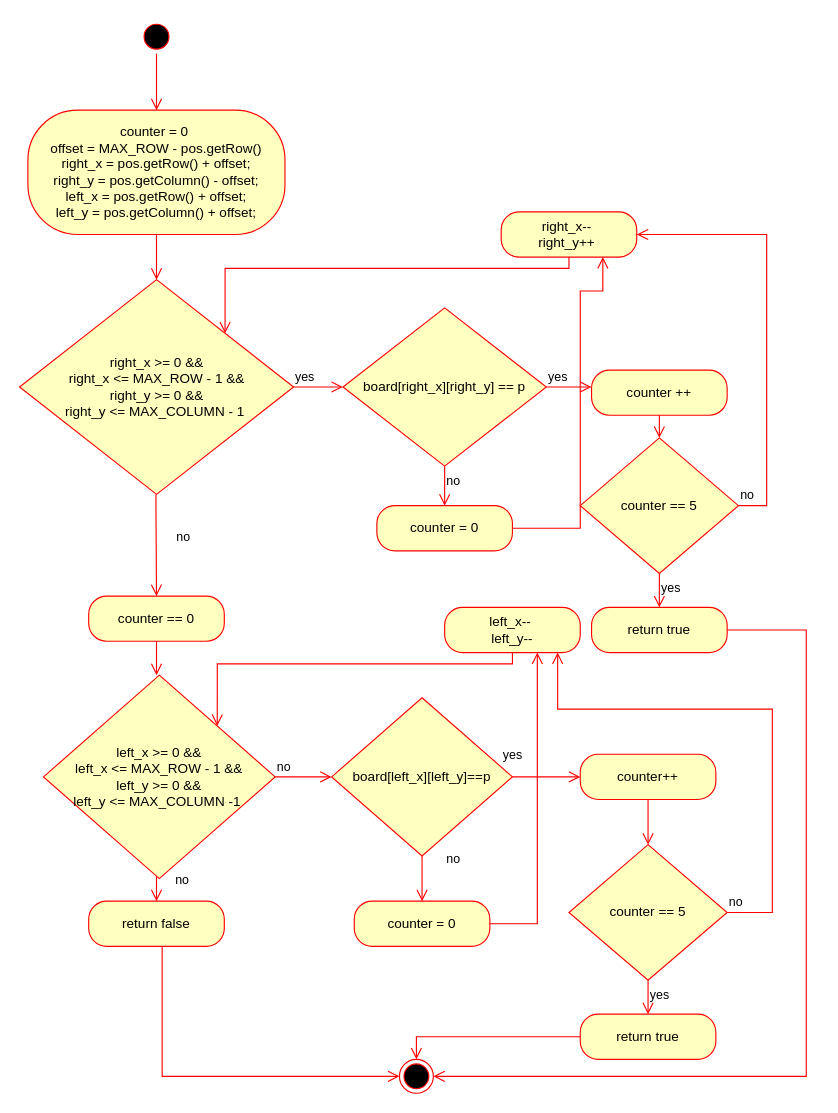
The draw.io diagram DRAW_IO/CheckDiagWin_AD.drawio in c-tollison/extendedConnectX, before the edit. Source tidied: cells renumbered, new cells numbered last; positions are measured from the earlier drawing's top-left corner, leaving out a move shared by most shapes. Both pictures are drawn from the tidied source at 113%, with x=0, y=0 at pixel (19, 19).
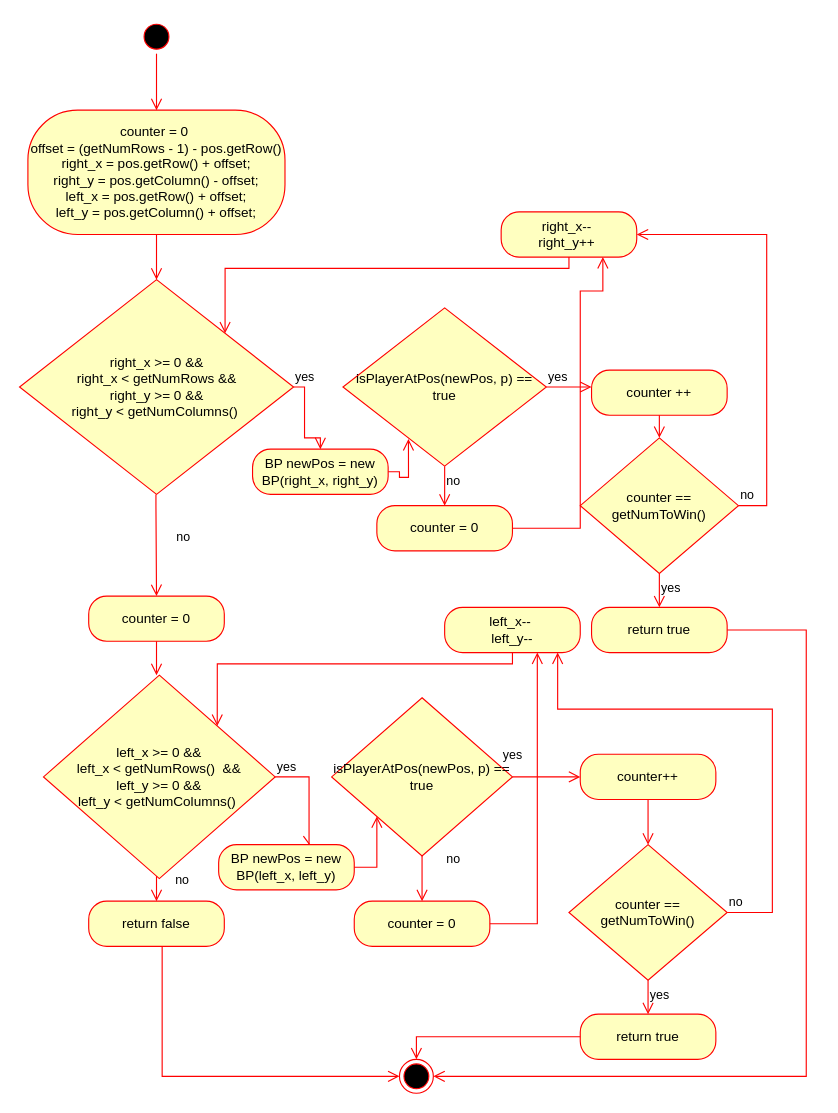
The same diagram, later.

What changed in the source:
```diff
@@
-    <mxCell id="4" value="counter = 0&amp;nbsp;&lt;br&gt;offset = MAX_ROW - pos.getRow()&lt;br&gt;right_x = pos.getRow() + offset;&lt;br&gt;right_y = pos.getColumn() - offset;&lt;br&gt;left_x = pos.getRow() + offset;&lt;br&gt;left_y = pos.getColumn() + offset;" style="rounded=1;whiteSpace=wrap;html=1;arcSize=40;fontColor=#000000;fillColor=#ffffc0;strokeColor=#ff0000;" parent="1" vertex="1">
+    <mxCell id="4" value="counter = 0&amp;nbsp;&lt;br&gt;offset = (getNumRows - 1) - pos.getRow()&lt;br&gt;right_x = pos.getRow() + offset;&lt;br&gt;right_y = pos.getColumn() - offset;&lt;br&gt;left_x = pos.getRow() + offset;&lt;br&gt;left_y = pos.getColumn() + offset;" style="rounded=1;whiteSpace=wrap;html=1;arcSize=40;fontColor=#000000;fillColor=#ffffc0;strokeColor=#ff0000;" parent="1" vertex="1">
       <mxGeometry x="7.2" y="80" width="227.5" height="110" as="geometry" />
     </mxCell>
@@
-    <mxCell id="6" value="right_x &amp;gt;= 0 &amp;amp;&amp;amp; &lt;br&gt;right_x &amp;lt;= MAX_ROW - 1 &amp;amp;&amp;amp;&lt;br&gt;right_y &amp;gt;= 0 &amp;amp;&amp;amp;&lt;br&gt;right_y &amp;lt;= MAX_COLUMN - 1&amp;nbsp;" style="rhombus;whiteSpace=wrap;html=1;fillColor=#ffffc0;strokeColor=#ff0000;" parent="1" vertex="1">
+    <mxCell id="6" value="right_x &amp;gt;= 0 &amp;amp;&amp;amp; &lt;br&gt;right_x &amp;lt; getNumRows &amp;amp;&amp;amp;&lt;br&gt;right_y &amp;gt;= 0 &amp;amp;&amp;amp;&lt;br&gt;right_y &amp;lt; getNumColumns()&amp;nbsp;" style="rhombus;whiteSpace=wrap;html=1;fillColor=#ffffc0;strokeColor=#ff0000;" parent="1" vertex="1">
       <mxGeometry x="-0.2" y="230" width="242.5" height="190" as="geometry" />
     </mxCell>
-    <mxCell id="7" value="yes" style="edgeStyle=orthogonalEdgeStyle;html=1;align=left;verticalAlign=bottom;endArrow=open;endSize=8;strokeColor=#ff0000;rounded=0;" parent="1" edge="1" source="6">
+    <mxCell id="7" value="yes" style="edgeStyle=orthogonalEdgeStyle;html=1;align=left;verticalAlign=bottom;endArrow=open;endSize=8;strokeColor=#ff0000;rounded=0;entryX=0.5;entryY=0;entryDx=0;entryDy=0;" parent="1" edge="1" source="6" target="47">
       <mxGeometry x="-1" relative="1" as="geometry">
-        <mxPoint x="286" y="325" as="targetPoint" />
+        <Array as="points">
+          <mxPoint x="252" y="325" />
+          <mxPoint x="252" y="370" />
+          <mxPoint x="266" y="370" />
+        </Array>
       </mxGeometry>
     </mxCell>
@@
-    <mxCell id="9" value="board[right_x][right_y] == p" style="rhombus;whiteSpace=wrap;html=1;fillColor=#ffffc0;strokeColor=#ff0000;" parent="1" vertex="1">
+    <mxCell id="9" value="isPlayerAtPos(newPos, p) == true" style="rhombus;whiteSpace=wrap;html=1;fillColor=#ffffc0;strokeColor=#ff0000;" parent="1" vertex="1">
       <mxGeometry x="286" y="255" width="180" height="140" as="geometry" />
     </mxCell>
@@
-    <mxCell id="14" value="counter == 5" style="rhombus;whiteSpace=wrap;html=1;fillColor=#ffffc0;strokeColor=#ff0000;" parent="1" vertex="1">
+    <mxCell id="14" value="counter == getNumToWin()" style="rhombus;whiteSpace=wrap;html=1;fillColor=#ffffc0;strokeColor=#ff0000;" parent="1" vertex="1">
       <mxGeometry x="496" y="370" width="140" height="120" as="geometry" />
     </mxCell>
@@
-    <mxCell id="23" value="counter == 0" style="rounded=1;whiteSpace=wrap;html=1;arcSize=40;fontColor=#000000;fillColor=#ffffc0;strokeColor=#ff0000;" parent="1" vertex="1">
+    <mxCell id="23" value="counter = 0" style="rounded=1;whiteSpace=wrap;html=1;arcSize=40;fontColor=#000000;fillColor=#ffffc0;strokeColor=#ff0000;" parent="1" vertex="1">
       <mxGeometry x="61" y="510" width="120" height="40" as="geometry" />
     </mxCell>
@@
-    <mxCell id="25" value="left_x &amp;gt;= 0 &amp;amp;&amp;amp;&lt;br&gt;left_x &amp;lt;= MAX_ROW - 1 &amp;amp;&amp;amp;&lt;br&gt;left_y &amp;gt;= 0 &amp;amp;&amp;amp;&lt;br&gt;left_y &amp;lt;= MAX_COLUMN -1&amp;nbsp;" style="rhombus;whiteSpace=wrap;html=1;fillColor=#ffffc0;strokeColor=#ff0000;" parent="1" vertex="1">
+    <mxCell id="25" value="left_x &amp;gt;= 0 &amp;amp;&amp;amp;&lt;br&gt;left_x &amp;lt; getNumRows()&amp;nbsp; &amp;amp;&amp;amp;&lt;br&gt;left_y &amp;gt;= 0 &amp;amp;&amp;amp;&lt;br&gt;left_y &amp;lt; getNumColumns()&amp;nbsp;" style="rhombus;whiteSpace=wrap;html=1;fillColor=#ffffc0;strokeColor=#ff0000;" parent="1" vertex="1">
       <mxGeometry x="21" y="580" width="205" height="180" as="geometry" />
     </mxCell>
-    <mxCell id="26" value="no" style="edgeStyle=orthogonalEdgeStyle;html=1;align=left;verticalAlign=bottom;endArrow=open;endSize=8;strokeColor=#ff0000;rounded=0;exitX=1;exitY=0.5;exitDx=0;exitDy=0;" parent="1" edge="1" source="25">
+    <mxCell id="26" value="yes" style="edgeStyle=orthogonalEdgeStyle;html=1;align=left;verticalAlign=bottom;endArrow=open;endSize=8;strokeColor=#ff0000;rounded=0;exitX=1;exitY=0.5;exitDx=0;exitDy=0;entryX=0.683;entryY=0.025;entryDx=0;entryDy=0;entryPerimeter=0;" parent="1" edge="1" source="25" target="45">
       <mxGeometry x="-1" relative="1" as="geometry">
-        <mxPoint x="276" y="670" as="targetPoint" />
         <Array as="points">
-          <mxPoint x="276" y="670" />
-          <mxPoint x="276" y="670" />
+          <mxPoint x="256" y="670" />
+          <mxPoint x="256" y="730" />
         </Array>
       </mxGeometry>
     </mxCell>
@@
-    <mxCell id="31" value="board[left_x][left_y]==p" style="rhombus;whiteSpace=wrap;html=1;fillColor=#ffffc0;strokeColor=#ff0000;" parent="1" vertex="1">
+    <mxCell id="31" value="isPlayerAtPos(newPos, p) == true" style="rhombus;whiteSpace=wrap;html=1;fillColor=#ffffc0;strokeColor=#ff0000;" parent="1" vertex="1">
       <mxGeometry x="276" y="600" width="160" height="140" as="geometry" />
     </mxCell>
@@
-    <mxCell id="40" value="counter == 5" style="rhombus;whiteSpace=wrap;html=1;fillColor=#ffffc0;strokeColor=#ff0000;" parent="1" vertex="1">
+    <mxCell id="40" value="counter == getNumToWin()" style="rhombus;whiteSpace=wrap;html=1;fillColor=#ffffc0;strokeColor=#ff0000;" parent="1" vertex="1">
       <mxGeometry x="486" y="730" width="140" height="120" as="geometry" />
     </mxCell>
@@
+    <mxCell id="45" value="BP newPos = new BP(left_x, left_y)" style="rounded=1;whiteSpace=wrap;html=1;arcSize=40;fontColor=#000000;fillColor=#ffffc0;strokeColor=#ff0000;" parent="1" vertex="1">
+      <mxGeometry x="176" y="730" width="120" height="40" as="geometry" />
+    </mxCell>
+    <mxCell id="46" style="edgeStyle=orthogonalEdgeStyle;html=1;verticalAlign=bottom;endArrow=open;endSize=8;strokeColor=#ff0000;rounded=0;entryX=0;entryY=1;entryDx=0;entryDy=0;" parent="1" edge="1" source="45" target="31">
+      <mxGeometry relative="1" as="geometry">
+        <Array as="points">
+          <mxPoint x="316" y="750" />
+        </Array>
+      </mxGeometry>
+    </mxCell>
+    <mxCell id="47" value="BP newPos = new BP(right_x, right_y)" style="rounded=1;whiteSpace=wrap;html=1;arcSize=40;fontColor=#000000;fillColor=#ffffc0;strokeColor=#ff0000;" parent="1" vertex="1">
+      <mxGeometry x="206" y="380" width="120" height="40" as="geometry" />
+    </mxCell>
+    <mxCell id="48" style="edgeStyle=orthogonalEdgeStyle;html=1;verticalAlign=bottom;endArrow=open;endSize=8;strokeColor=#ff0000;rounded=0;entryX=0.322;entryY=0.829;entryDx=0;entryDy=0;entryPerimeter=0;" parent="1" edge="1" source="47" target="9">
+      <mxGeometry relative="1" as="geometry">
+        <Array as="points">
+          <mxPoint x="336" y="400" />
+          <mxPoint x="336" y="405" />
+          <mxPoint x="344" y="405" />
+        </Array>
+      </mxGeometry>
+    </mxCell>
```
